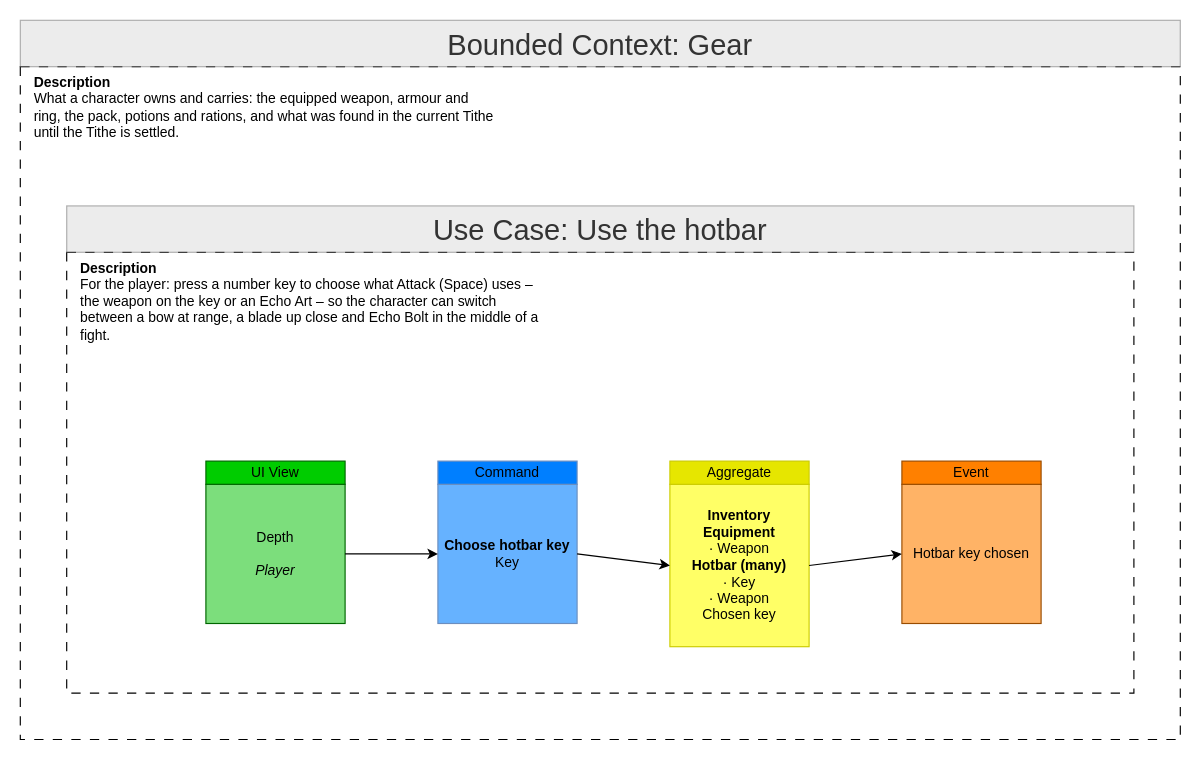
Earlier version of the draw.io diagram ProductOwner/contexts/gear/models/Feature-028-use-the-hotbar.drawio (tokeboisen/themaw). Source tidied: cells renumbered, new cells numbered last; positions are measured from the earlier drawing's top-left corner, leaving out a move shared by most shapes. Both pictures are drawn from the tidied source at 116%, with x=0, y=0 at pixel (20, 20).
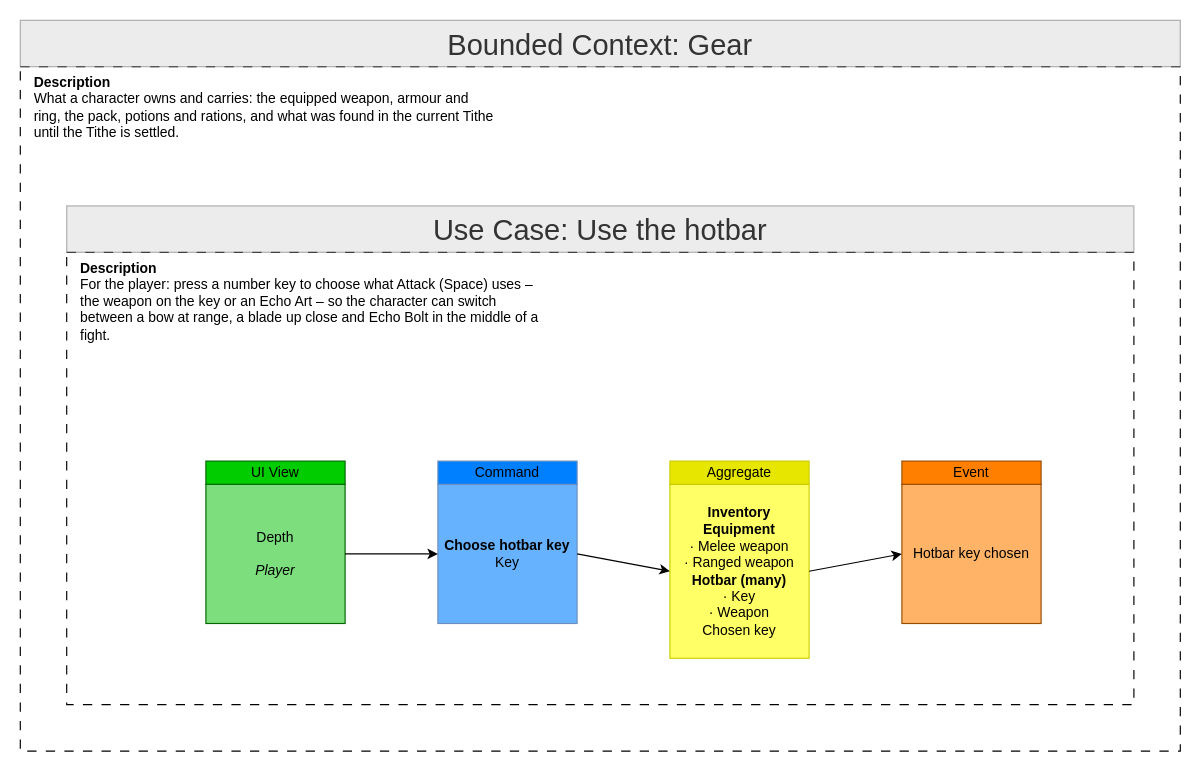
Above is the later version.

Diff of the diagram source:
```diff
@@
 <mxGraphModel>
   <root>
     <mxCell id="0" />
     <mxCell id="1" parent="0" />
     <mxCell id="2" style="rounded=0;whiteSpace=wrap;html=1;fillColor=none;dashed=1;dashPattern=8 8;" parent="1" vertex="1">
-      <mxGeometry y="40" width="1000" height="580" as="geometry" />
+      <mxGeometry y="40" width="1000" height="590" as="geometry" />
     </mxCell>
     <mxCell id="3" value="Bounded Context: Gear" style="text;html=1;whiteSpace=wrap;strokeColor=#666666;fillColor=#D9D9D9;align=center;verticalAlign=middle;rounded=0;fontSize=25;fontColor=#333333;opacity=50;" parent="1" vertex="1">
       <mxGeometry width="1000" height="40" as="geometry" />
     </mxCell>
     <mxCell id="4" value="&lt;div&gt;&lt;b&gt;Description&lt;/b&gt;&lt;/div&gt;What a character owns and carries: the equipped weapon, armour and ring, the pack, potions and rations, and what was found in the current Tithe until the Tithe is settled." style="text;html=1;whiteSpace=wrap;overflow=hidden;rounded=0;strokeColor=none;fillColor=none;align=left;verticalAlign=top;" parent="1" vertex="1">
       <mxGeometry x="10" y="40" width="400" height="80" as="geometry" />
     </mxCell>
     <mxCell id="5" style="rounded=0;whiteSpace=wrap;html=1;fillColor=none;dashed=1;dashPattern=8 8;" parent="1" vertex="1">
-      <mxGeometry x="40" y="200" width="920" height="380" as="geometry" />
+      <mxGeometry x="40" y="200" width="920" height="390" as="geometry" />
     </mxCell>
     <mxCell id="6" value="Use Case: Use the hotbar" style="text;html=1;whiteSpace=wrap;strokeColor=#666666;fillColor=#D9D9D9;align=center;verticalAlign=middle;rounded=0;fontSize=25;fontColor=#333333;opacity=50;" parent="1" vertex="1">
       <mxGeometry x="40" y="160" width="920" height="40" as="geometry" />
     </mxCell>
     <mxCell id="7" value="&lt;div&gt;&lt;b&gt;Description&lt;/b&gt;&lt;/div&gt;For the player: press a number key to choose what Attack (Space) uses – the weapon on the key or an Echo Art – so the character can switch between a bow at range, a blade up close and Echo Bolt in the middle of a fight." style="text;html=1;whiteSpace=wrap;overflow=hidden;rounded=0;strokeColor=none;fillColor=none;align=left;verticalAlign=top;" parent="1" vertex="1">
       <mxGeometry x="50" y="200" width="400" height="140" as="geometry" />
     </mxCell>
     <mxCell id="8" value="Depth&lt;br&gt;&lt;br&gt;&lt;i&gt;Player&lt;/i&gt;" style="rounded=0;whiteSpace=wrap;html=1;labelBackgroundColor=none;fillColor=#7CDE7C;strokeColor=#006600;" parent="1" vertex="1">
       <mxGeometry x="160" y="400" width="120" height="120" as="geometry" />
     </mxCell>
     <mxCell id="9" value="UI View" style="rounded=0;whiteSpace=wrap;html=1;labelBackgroundColor=none;fillColor=#00CC00;strokeColor=#006600;" parent="1" vertex="1">
       <mxGeometry x="160" y="380" width="120" height="20" as="geometry" />
     </mxCell>
     <mxCell id="10" value="&lt;b&gt;Choose hotbar key&lt;/b&gt;&lt;br&gt;Key" style="rounded=0;whiteSpace=wrap;html=1;labelBackgroundColor=none;fillColor=#66B2FF;strokeColor=#6C8EBF;" parent="1" vertex="1">
       <mxGeometry x="360" y="400" width="120" height="120" as="geometry" />
     </mxCell>
     <mxCell id="11" value="Command" style="rounded=0;whiteSpace=wrap;html=1;labelBackgroundColor=none;fillColor=#007FFF;strokeColor=#6C8EBF;" parent="1" vertex="1">
       <mxGeometry x="360" y="380" width="120" height="20" as="geometry" />
     </mxCell>
-    <mxCell id="12" value="&lt;b&gt;Inventory&lt;/b&gt;&lt;br&gt;&lt;b&gt;Equipment&lt;/b&gt;&lt;br&gt;· Weapon&lt;br&gt;&lt;b&gt;Hotbar (many)&lt;/b&gt;&lt;br&gt;· Key&lt;br&gt;· Weapon&lt;br&gt;Chosen key" style="rounded=0;whiteSpace=wrap;html=1;labelBackgroundColor=none;fillColor=#FFFF66;strokeColor=#CCCC00;" parent="1" vertex="1">
-      <mxGeometry x="560" y="400" width="120" height="140" as="geometry" />
+    <mxCell id="12" value="&lt;b&gt;Inventory&lt;/b&gt;&lt;br&gt;&lt;b&gt;Equipment&lt;/b&gt;&lt;br&gt;· Melee weapon&lt;br&gt;· Ranged weapon&lt;br&gt;&lt;b&gt;Hotbar (many)&lt;/b&gt;&lt;br&gt;· Key&lt;br&gt;· Weapon&lt;br&gt;Chosen key" style="rounded=0;whiteSpace=wrap;html=1;labelBackgroundColor=none;fillColor=#FFFF66;strokeColor=#CCCC00;" parent="1" vertex="1">
+      <mxGeometry x="560" y="400" width="120" height="150" as="geometry" />
     </mxCell>
     <mxCell id="13" value="Aggregate" style="rounded=0;whiteSpace=wrap;html=1;labelBackgroundColor=none;fillColor=#E6E600;strokeColor=#CCCC00;" parent="1" vertex="1">
       <mxGeometry x="560" y="380" width="120" height="20" as="geometry" />
     </mxCell>
     <mxCell id="14" value="Hotbar key chosen" style="rounded=0;whiteSpace=wrap;html=1;labelBackgroundColor=none;fillColor=#FFB366;strokeColor=#994C00;" parent="1" vertex="1">
       <mxGeometry x="760" y="400" width="120" height="120" as="geometry" />
     </mxCell>
     <mxCell id="15" value="Event" style="rounded=0;whiteSpace=wrap;html=1;labelBackgroundColor=none;fillColor=#FF8000;strokeColor=#994C00;" parent="1" vertex="1">
       <mxGeometry x="760" y="380" width="120" height="20" as="geometry" />
     </mxCell>
     <mxCell id="16" style="endArrow=classic;html=1;rounded=0;exitX=1;exitY=0.5;exitDx=0;exitDy=0;entryX=0;entryY=0.5;entryDx=0;entryDy=0;" parent="1" edge="1" source="8" target="10">
       <mxGeometry relative="1" as="geometry" />
     </mxCell>
     <mxCell id="17" style="endArrow=classic;html=1;rounded=0;exitX=1;exitY=0.5;exitDx=0;exitDy=0;entryX=0;entryY=0.5;entryDx=0;entryDy=0;" parent="1" edge="1" source="10" target="12">
       <mxGeometry relative="1" as="geometry" />
     </mxCell>
     <mxCell id="18" style="endArrow=classic;html=1;rounded=0;exitX=1;exitY=0.5;exitDx=0;exitDy=0;entryX=0;entryY=0.5;entryDx=0;entryDy=0;" parent="1" edge="1" source="12" target="14">
       <mxGeometry relative="1" as="geometry" />
     </mxCell>
   </root>
 </mxGraphModel>
```
